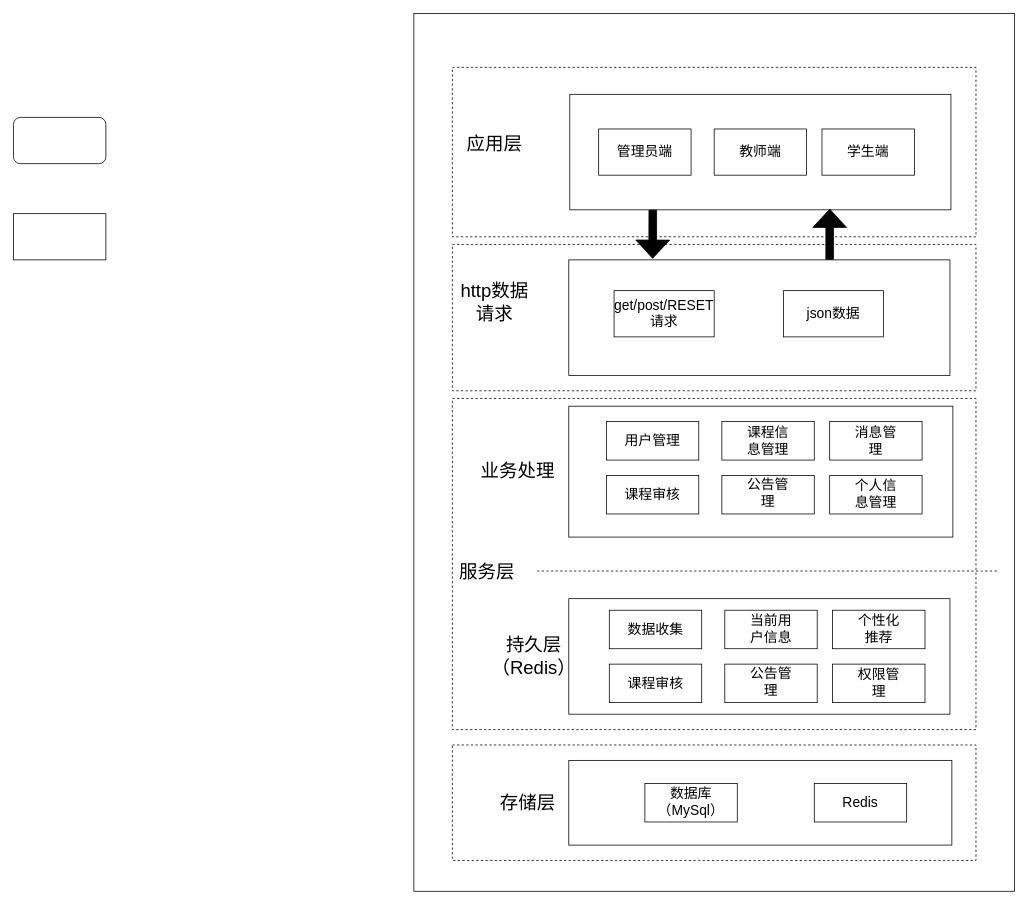
Before: 未命名绘图.drawio in jianjianjianads/site, a draw.io diagram. Source tidied: cells renumbered, new cells numbered last; positions are measured from the earlier drawing's top-left corner, leaving out a move shared by most shapes. Both pictures are drawn from the tidied source at 77%, with x=0, y=0 at pixel (13, 13).
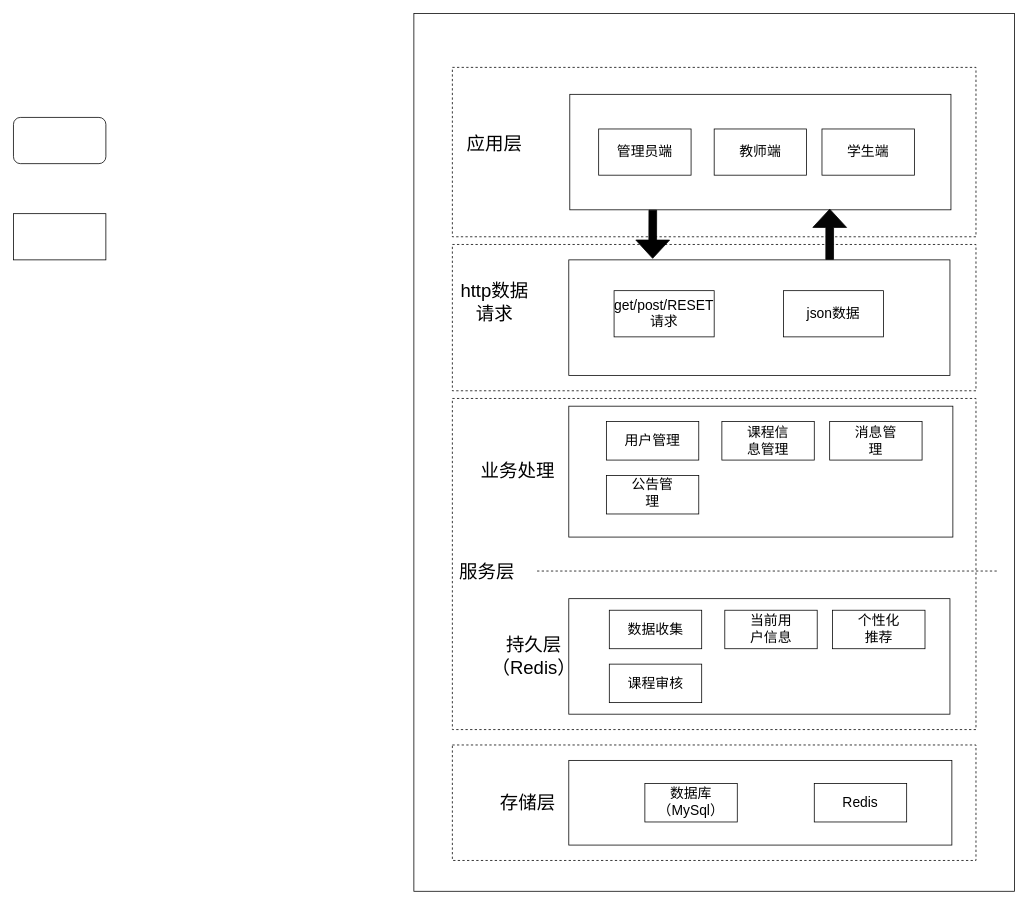
The same page after the edit.

Commit message:
更新未命名绘图.drawio

The edit, as a diff of the source:
```diff
@@
-    <mxCell id="37" style="rounded=0;whiteSpace=wrap;html=1;" parent="1" vertex="1">
-      <mxGeometry x="770" y="600" width="120" height="50" as="geometry" />
-    </mxCell>
     <mxCell id="38" style="rounded=0;whiteSpace=wrap;html=1;" parent="1" vertex="1">
-      <mxGeometry x="920" y="600" width="120" height="50" as="geometry" />
+      <mxGeometry x="770" y="600" width="120" height="50" as="geometry" />
     </mxCell>
-    <mxCell id="39" style="rounded=0;whiteSpace=wrap;html=1;" parent="1" vertex="1">
-      <mxGeometry x="1060" y="600" width="120" height="50" as="geometry" />
-    </mxCell>
-    <mxCell id="40" value="&lt;font style=&quot;font-size: 18px;&quot;&gt;课程审核&lt;/font&gt;" style="text;html=1;align=center;verticalAlign=middle;whiteSpace=wrap;rounded=0;" parent="1" vertex="1">
-      <mxGeometry x="790" y="607.5" width="80" height="35" as="geometry" />
-    </mxCell>
     <mxCell id="41" value="&lt;font style=&quot;font-size: 18px;&quot;&gt;公告管理&lt;/font&gt;" style="text;html=1;align=center;verticalAlign=middle;whiteSpace=wrap;rounded=0;" parent="1" vertex="1">
-      <mxGeometry x="950" y="607.5" width="60" height="30" as="geometry" />
+      <mxGeometry x="800" y="607.5" width="60" height="30" as="geometry" />
     </mxCell>
-    <mxCell id="42" value="&lt;font style=&quot;font-size: 18px;&quot;&gt;个人信息管理&lt;/font&gt;" style="text;html=1;align=center;verticalAlign=middle;whiteSpace=wrap;rounded=0;" parent="1" vertex="1">
-      <mxGeometry x="1090" y="610" width="60" height="30" as="geometry" />
-    </mxCell>
@@
-    <mxCell id="50" style="rounded=0;whiteSpace=wrap;html=1;" parent="1" vertex="1">
-      <mxGeometry x="923.8" y="845" width="120" height="50" as="geometry" />
-    </mxCell>
-    <mxCell id="51" style="rounded=0;whiteSpace=wrap;html=1;" parent="1" vertex="1">
-      <mxGeometry x="1063.8" y="845" width="120" height="50" as="geometry" />
-    </mxCell>
@@
-    <mxCell id="53" value="&lt;font style=&quot;font-size: 18px;&quot;&gt;公告管理&lt;/font&gt;" style="text;html=1;align=center;verticalAlign=middle;whiteSpace=wrap;rounded=0;" parent="1" vertex="1">
-      <mxGeometry x="953.8" y="852.5" width="60" height="30" as="geometry" />
-    </mxCell>
-    <mxCell id="54" value="&lt;font style=&quot;font-size: 18px;&quot;&gt;权限管理&lt;/font&gt;" style="text;html=1;align=center;verticalAlign=middle;whiteSpace=wrap;rounded=0;" parent="1" vertex="1">
-      <mxGeometry x="1093.8" y="855" width="60" height="30" as="geometry" />
-    </mxCell>
```
